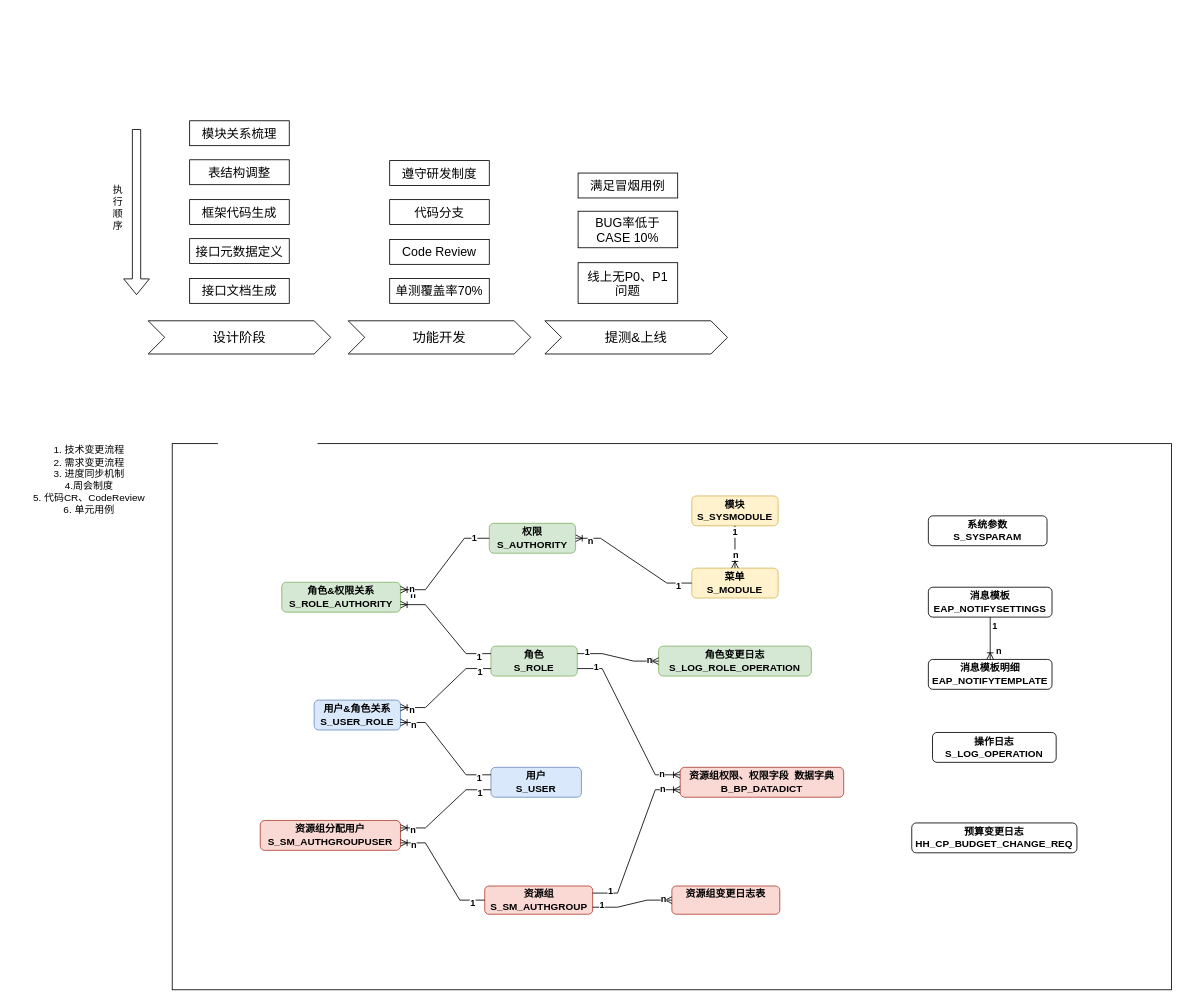
Before: 三期二阶段-研发步骤.drawio in S0Louis/drowio, a draw.io diagram. Source tidied: cells renumbered, new cells numbered last; positions are measured from the earlier drawing's top-left corner, leaving out a move shared by most shapes. Both pictures are drawn from the tidied source at 83%, with x=0, y=0 at pixel (14, 14).
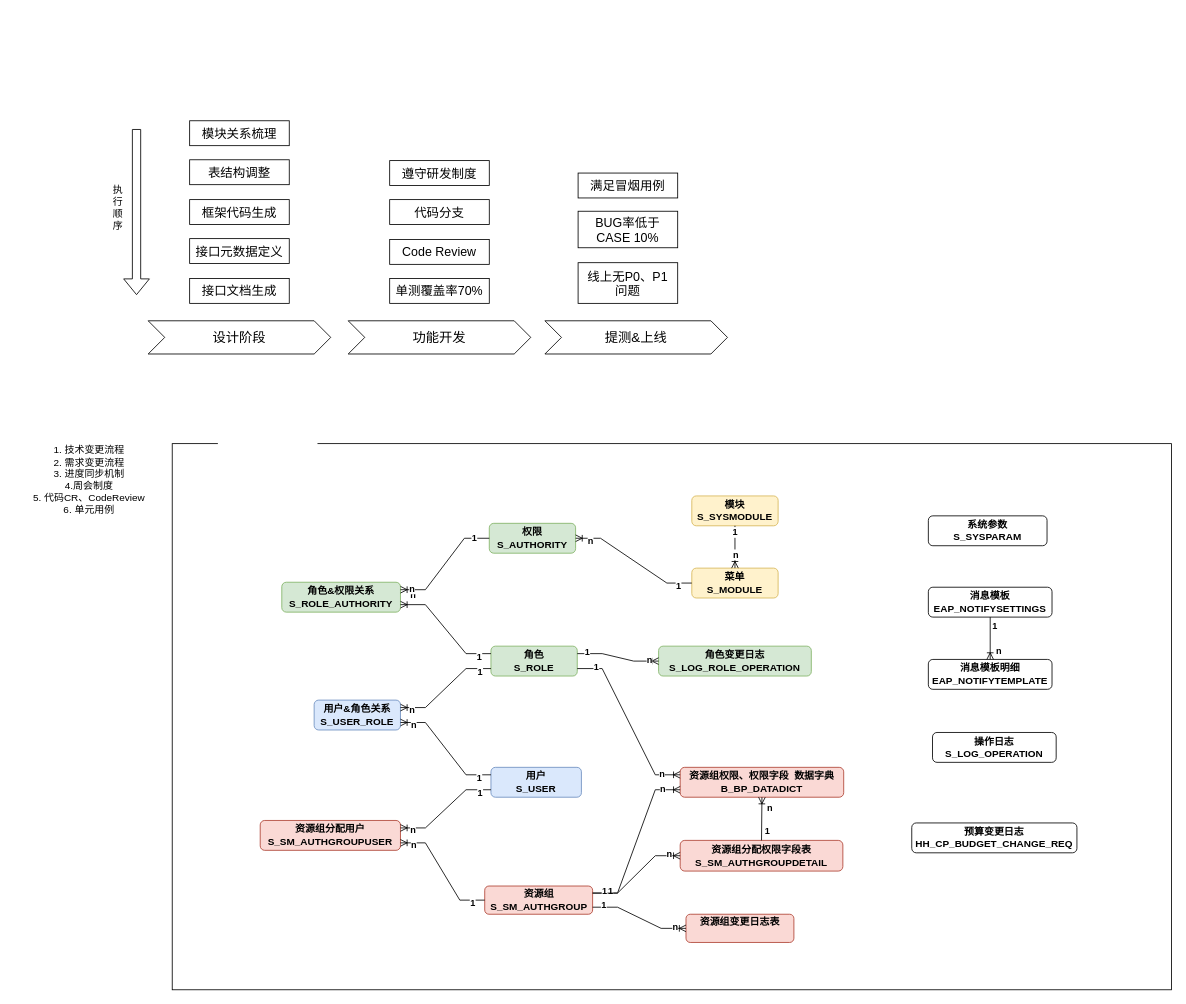
The same diagram, later.

Commit message:
更新三期二阶段-研发步骤.drawio

The change refers to these unchanged cells:
```xml
<mxCell id="25" value="&lt;div&gt;资源组&lt;/div&gt;&lt;div&gt;S_SM_AUTHGROUP&lt;/div&gt;" style="rounded=1;whiteSpace=wrap;html=1;fillColor=#fad9d5;strokeColor=#ae4132;fontStyle=1;" parent="1" vertex="1">
  <mxGeometry x="566.5" y="1050" width="130" height="34" as="geometry" />
</mxCell>
<mxCell id="27" value="资源组权限、权限字段&amp;nbsp; 数据字典&lt;div&gt;B_BP_DATADICT&lt;br&gt;&lt;/div&gt;" style="rounded=1;whiteSpace=wrap;html=1;fontStyle=1;fillColor=#fad9d5;strokeColor=#ae4132;" parent="1" vertex="1">
  <mxGeometry x="802" y="907" width="197" height="36" as="geometry" />
</mxCell>
```

Change to the diagram source:
```diff
@@
     <mxCell id="37" value="&lt;div&gt;资源组变更日志表&lt;/div&gt;&lt;div&gt;&lt;br&gt;&lt;/div&gt;" style="rounded=1;whiteSpace=wrap;html=1;fontStyle=1;fillColor=#fad9d5;strokeColor=#ae4132;" parent="1" vertex="1">
-      <mxGeometry x="792" y="1050" width="130" height="34" as="geometry" />
+      <mxGeometry x="809" y="1084" width="130" height="34" as="geometry" />
     </mxCell>
@@
+    <mxCell id="78" value="资源组分配权限字段表&lt;div&gt;S_SM_AUTHGROUPDETAIL&lt;br&gt;&lt;/div&gt;" style="rounded=1;whiteSpace=wrap;html=1;fontStyle=1;fillColor=#fad9d5;strokeColor=#ae4132;" parent="1" vertex="1">
+      <mxGeometry x="802" y="995" width="196" height="37" as="geometry" />
+    </mxCell>
+    <mxCell id="79" style="edgeStyle=entityRelationEdgeStyle;fontSize=12;html=1;endArrow=ERoneToMany;rounded=0;exitX=1;exitY=0.25;exitDx=0;exitDy=0;entryX=0;entryY=0.5;entryDx=0;entryDy=0;fontStyle=1;" parent="1" edge="1" source="25" target="78">
+      <mxGeometry relative="1" as="geometry">
+        <Array as="points">
+          <mxPoint x="138" y="1240" />
+          <mxPoint x="158" y="1246" />
+        </Array>
+      </mxGeometry>
+    </mxCell>
+    <mxCell id="80" value="n" style="edgeLabel;html=1;align=center;verticalAlign=middle;fontStyle=1;" parent="79" vertex="1">
+      <mxGeometry x="0.78" y="2" relative="1" as="geometry" />
+    </mxCell>
+    <mxCell id="81" value="1" style="edgeLabel;html=1;align=center;verticalAlign=middle;fontStyle=1;" parent="79" vertex="1">
+      <mxGeometry x="-0.78" y="3" relative="1" as="geometry" />
+    </mxCell>
+    <mxCell id="82" style="fontSize=12;html=1;endArrow=ERoneToMany;rounded=0;exitX=0.5;exitY=0;exitDx=0;exitDy=0;entryX=0.5;entryY=1;entryDx=0;entryDy=0;fontStyle=1;" parent="1" edge="1" source="78" target="27">
+      <mxGeometry relative="1" as="geometry" />
+    </mxCell>
+    <mxCell id="83" value="n" style="edgeLabel;html=1;align=center;verticalAlign=middle;fontStyle=1;" parent="82" vertex="1">
+      <mxGeometry x="0.78" y="2" relative="1" as="geometry">
+        <mxPoint x="11" y="7" as="offset" />
+      </mxGeometry>
+    </mxCell>
+    <mxCell id="84" value="1" style="edgeLabel;html=1;align=center;verticalAlign=middle;fontStyle=1;" parent="82" vertex="1">
+      <mxGeometry x="-0.78" y="3" relative="1" as="geometry">
+        <mxPoint x="9" y="-5" as="offset" />
+      </mxGeometry>
+    </mxCell>
```
